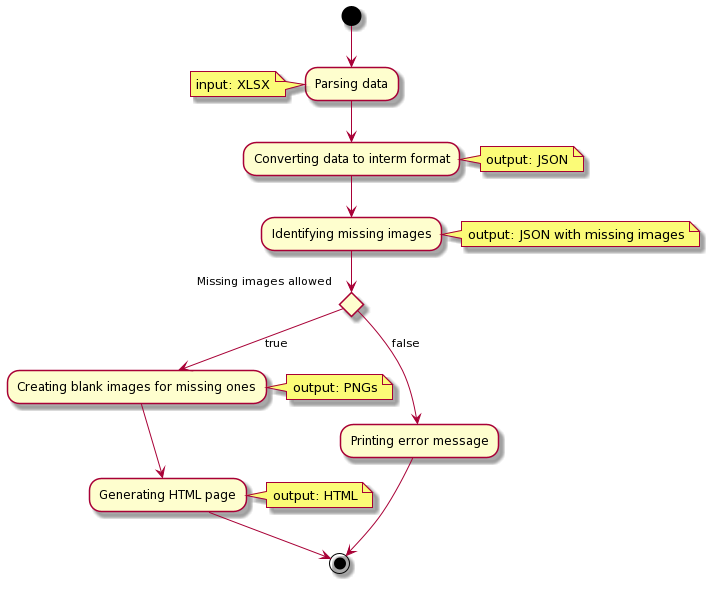
This is flow.png from Idea-Pool/badge-dashboard, a PlantUML export, as it was before one commit. Source of this version:
```plantuml
@startuml
(*) --> "Parsing data"
note left: input: XLSX
--> "Converting data to interm format"
note right: output: JSON
--> "Identifying missing images"
note right: output: JSON with missing images
if "Missing images allowed" then
    --> [true] "Creating blank images for missing ones"
    note right: output: PNGs
    --> "Generating HTML page"
    note right: output: HTML
    --> (*)
else
    --> [false] "Printing error message"
    --> (*)
endif
@enduml
```
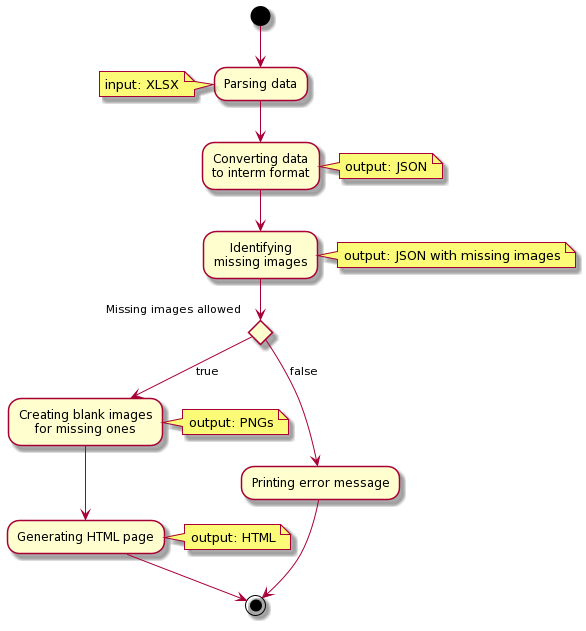
The same file after the commit.

Change to the diagram source:
```diff
@@ -1,12 +1,12 @@
 @startuml
 (*) --> "Parsing data"
 note left: input: XLSX
---> "Converting data to interm format"
+--> "Converting data\nto interm format"
 note right: output: JSON
---> "Identifying missing images"
+--> "Identifying\nmissing images"
 note right: output: JSON with missing images
 if "Missing images allowed" then
-    --> [true] "Creating blank images for missing ones"
+    --> [true] "Creating blank images\nfor missing ones"
     note right: output: PNGs
     --> "Generating HTML page"
     note right: output: HTML
```
